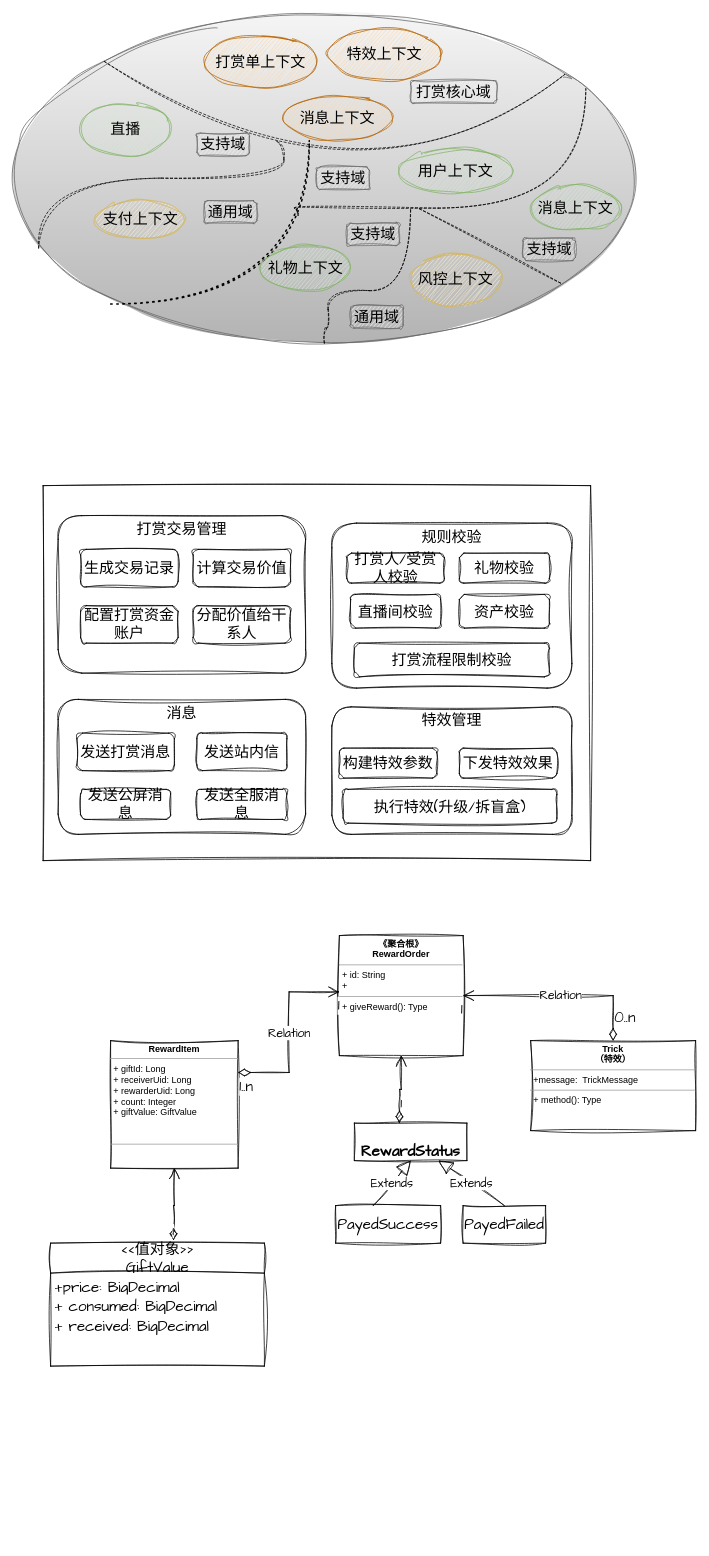
Before: 未命名绘图.drawio in seuzxc/book, a draw.io diagram. Source tidied: cells renumbered, new cells numbered last; positions are measured from the earlier drawing's top-left corner, leaving out a move shared by most shapes. Both pictures are drawn from the tidied source at 75%, with x=0, y=0 at pixel (13, 13).
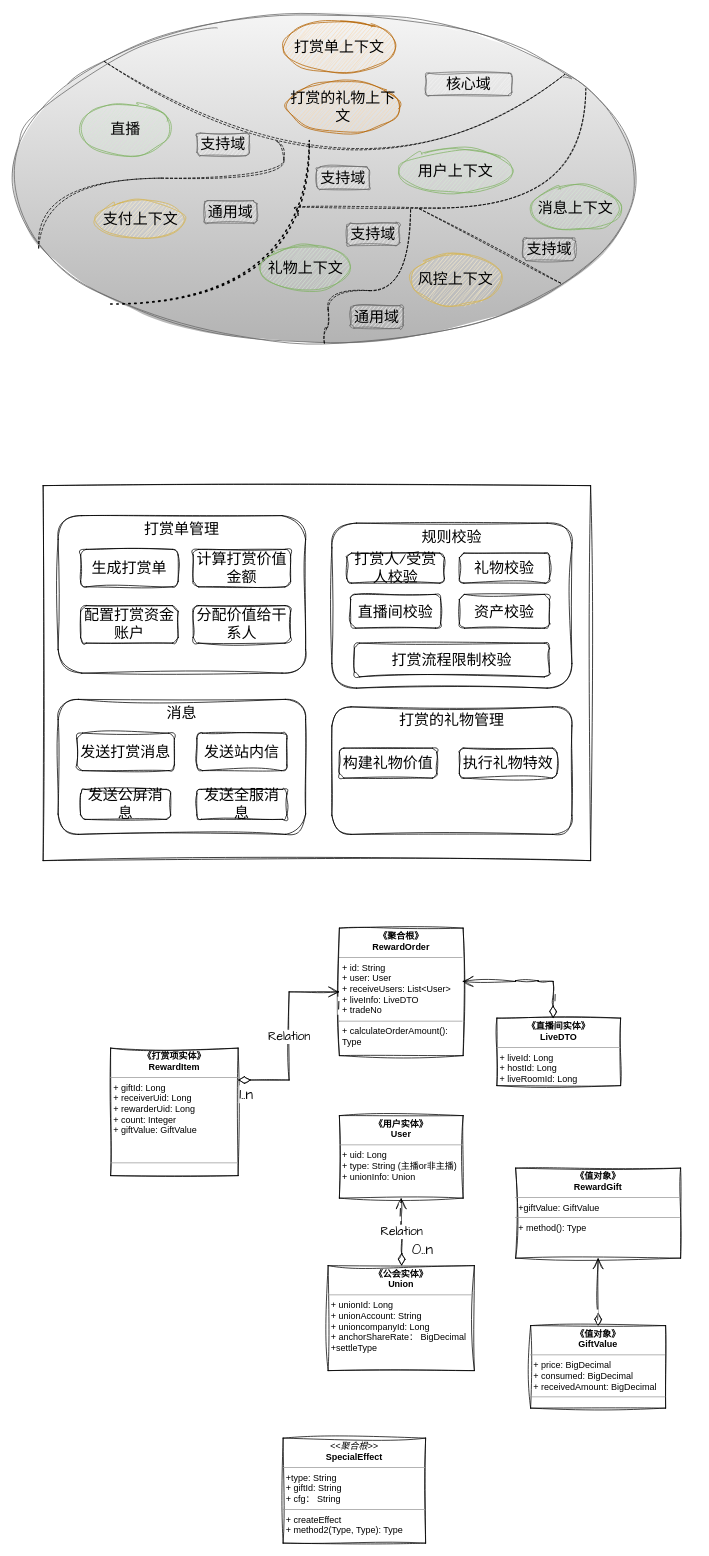
Above is the later version.

Commit message:
更新未命名绘图.drawio

The edit, as a diff of the source:
```diff
@@
     <mxCell id="4" value="打赏单上下文" style="ellipse;whiteSpace=wrap;html=1;sketch=1;hachureGap=4;jiggle=2;curveFitting=1;fontFamily=Architects Daughter;fontSize=20;fillColor=#fad7ac;strokeColor=#b46504;" parent="1" vertex="1">
-      <mxGeometry x="255" y="30" width="150" height="70" as="geometry" />
+      <mxGeometry x="360" y="10" width="150" height="70" as="geometry" />
     </mxCell>
@@
-    <mxCell id="15" value="打赏核心域" style="text;html=1;strokeColor=#666666;fillColor=#f5f5f5;align=center;verticalAlign=middle;whiteSpace=wrap;rounded=1;fontSize=20;fontFamily=Architects Daughter;gradientColor=none;glass=0;sketch=1;curveFitting=1;jiggle=2;shadow=0;dashed=1;dashPattern=1 1;" parent="1" vertex="1">
-      <mxGeometry x="530" y="90" width="115" height="30" as="geometry" />
+    <mxCell id="15" value="核心域" style="text;html=1;strokeColor=#666666;fillColor=#f5f5f5;align=center;verticalAlign=middle;whiteSpace=wrap;rounded=1;fontSize=20;fontFamily=Architects Daughter;gradientColor=none;glass=0;sketch=1;curveFitting=1;jiggle=2;shadow=0;dashed=1;dashPattern=1 1;" parent="1" vertex="1">
+      <mxGeometry x="550" y="80" width="115" height="30" as="geometry" />
     </mxCell>
@@
-    <mxCell id="24" value="特效管理" style="rounded=1;whiteSpace=wrap;html=1;sketch=1;hachureGap=4;jiggle=2;curveFitting=1;fontFamily=Architects Daughter;fontSize=20;verticalAlign=top;" parent="1" vertex="1">
+    <mxCell id="24" value="打赏的礼物管理" style="rounded=1;whiteSpace=wrap;html=1;sketch=1;hachureGap=4;jiggle=2;curveFitting=1;fontFamily=Architects Daughter;fontSize=20;verticalAlign=top;" parent="1" vertex="1">
       <mxGeometry x="425" y="925" width="320" height="170" as="geometry" />
     </mxCell>
@@
-    <mxCell id="32" value="构建特效参数" style="rounded=1;whiteSpace=wrap;html=1;sketch=1;hachureGap=4;jiggle=2;curveFitting=1;fontFamily=Architects Daughter;fontSize=20;" parent="1" vertex="1">
+    <mxCell id="32" value="构建礼物价值" style="rounded=1;whiteSpace=wrap;html=1;sketch=1;hachureGap=4;jiggle=2;curveFitting=1;fontFamily=Architects Daughter;fontSize=20;" parent="1" vertex="1">
       <mxGeometry x="435" y="980" width="130" height="40" as="geometry" />
     </mxCell>
-    <mxCell id="33" value="下发特效效果" style="rounded=1;whiteSpace=wrap;html=1;sketch=1;hachureGap=4;jiggle=2;curveFitting=1;fontFamily=Architects Daughter;fontSize=20;" parent="1" vertex="1">
+    <mxCell id="33" value="执行礼物特效" style="rounded=1;whiteSpace=wrap;html=1;sketch=1;hachureGap=4;jiggle=2;curveFitting=1;fontFamily=Architects Daughter;fontSize=20;" parent="1" vertex="1">
       <mxGeometry x="595" y="980" width="130" height="40" as="geometry" />
     </mxCell>
@@
-    <mxCell id="38" value="打赏交易管理" style="rounded=1;whiteSpace=wrap;html=1;sketch=1;hachureGap=4;jiggle=2;curveFitting=1;fontFamily=Architects Daughter;fontSize=20;verticalAlign=top;" parent="1" vertex="1">
+    <mxCell id="38" value="打赏单管理" style="rounded=1;whiteSpace=wrap;html=1;sketch=1;hachureGap=4;jiggle=2;curveFitting=1;fontFamily=Architects Daughter;fontSize=20;verticalAlign=top;" parent="1" vertex="1">
       <mxGeometry x="60" y="670" width="330" height="210" as="geometry" />
     </mxCell>
-    <mxCell id="39" value="生成交易记录" style="rounded=1;whiteSpace=wrap;html=1;sketch=1;hachureGap=4;jiggle=2;curveFitting=1;fontFamily=Architects Daughter;fontSize=20;" parent="1" vertex="1">
+    <mxCell id="39" value="生成打赏单" style="rounded=1;whiteSpace=wrap;html=1;sketch=1;hachureGap=4;jiggle=2;curveFitting=1;fontFamily=Architects Daughter;fontSize=20;" parent="1" vertex="1">
       <mxGeometry x="90" y="715" width="130" height="50" as="geometry" />
     </mxCell>
-    <mxCell id="40" value="计算交易价值" style="rounded=1;whiteSpace=wrap;html=1;sketch=1;hachureGap=4;jiggle=2;curveFitting=1;fontFamily=Architects Daughter;fontSize=20;" parent="1" vertex="1">
+    <mxCell id="40" value="计算打赏价值金额" style="rounded=1;whiteSpace=wrap;html=1;sketch=1;hachureGap=4;jiggle=2;curveFitting=1;fontFamily=Architects Daughter;fontSize=20;" parent="1" vertex="1">
       <mxGeometry x="240" y="715" width="130" height="50" as="geometry" />
     </mxCell>
@@
-    <mxCell id="43" value="执行特效(升级/拆盲盒)" style="rounded=1;whiteSpace=wrap;html=1;sketch=1;hachureGap=4;jiggle=2;curveFitting=1;fontFamily=Architects Daughter;fontSize=20;" parent="1" vertex="1">
-      <mxGeometry x="440" y="1035" width="285" height="45" as="geometry" />
-    </mxCell>
-    <mxCell id="44" value="&lt;p style=&quot;margin:0px;margin-top:4px;text-align:center;&quot;&gt;&lt;b&gt;《聚合根》&lt;br&gt;RewardOrder&lt;/b&gt;&lt;/p&gt;&lt;hr size=&quot;1&quot;&gt;&lt;p style=&quot;margin:0px;margin-left:4px;&quot;&gt;+ id: String&lt;br&gt;+&amp;nbsp;&lt;/p&gt;&lt;hr size=&quot;1&quot;&gt;&lt;p style=&quot;margin:0px;margin-left:4px;&quot;&gt;+ giveReward(): Type&lt;/p&gt;" style="verticalAlign=top;align=left;overflow=fill;fontSize=12;fontFamily=Helvetica;html=1;whiteSpace=wrap;sketch=1;hachureGap=4;jiggle=2;curveFitting=1;" parent="1" vertex="1">
-      <mxGeometry x="435" y="1230" width="165" height="160" as="geometry" />
+    <mxCell id="44" value="&lt;p style=&quot;margin:0px;margin-top:4px;text-align:center;&quot;&gt;&lt;b&gt;《聚合根》&lt;br&gt;RewardOrder&lt;/b&gt;&lt;/p&gt;&lt;hr size=&quot;1&quot;&gt;&lt;p style=&quot;margin:0px;margin-left:4px;&quot;&gt;+ id: String&lt;br&gt;+ user: User&lt;br&gt;+ receiveUsers: List&amp;lt;User&amp;gt;&lt;br&gt;+ liveInfo: LiveDTO&lt;br&gt;+ tradeNo&lt;/p&gt;&lt;hr size=&quot;1&quot;&gt;&lt;p style=&quot;margin:0px;margin-left:4px;&quot;&gt;+ calculateOrderAmount(): Type&lt;/p&gt;" style="verticalAlign=top;align=left;overflow=fill;fontSize=12;fontFamily=Helvetica;html=1;whiteSpace=wrap;sketch=1;hachureGap=4;jiggle=2;curveFitting=1;" parent="1" vertex="1">
+      <mxGeometry x="435" y="1220" width="165" height="170" as="geometry" />
     </mxCell>
-    <mxCell id="45" value="&lt;p style=&quot;margin:0px;margin-top:4px;text-align:center;&quot;&gt;&lt;b&gt;RewardItem&lt;/b&gt;&lt;/p&gt;&lt;hr size=&quot;1&quot;&gt;&lt;p style=&quot;margin:0px;margin-left:4px;&quot;&gt;+ giftId: Long&lt;br&gt;+ receiverUid: Long&lt;/p&gt;&lt;p style=&quot;margin:0px;margin-left:4px;&quot;&gt;+&amp;nbsp;rewarderUid: Long&lt;/p&gt;&lt;p style=&quot;margin:0px;margin-left:4px;&quot;&gt;+ count: Integer&lt;/p&gt;&lt;p style=&quot;margin:0px;margin-left:4px;&quot;&gt;+ giftValue: GiftValue&lt;/p&gt;&lt;p style=&quot;margin:0px;margin-left:4px;&quot;&gt;&lt;br&gt;&lt;/p&gt;&lt;p style=&quot;margin:0px;margin-left:4px;&quot;&gt;&lt;br&gt;&lt;/p&gt;&lt;hr size=&quot;1&quot;&gt;&lt;p style=&quot;margin:0px;margin-left:4px;&quot;&gt;&lt;br&gt;&lt;/p&gt;" style="verticalAlign=top;align=left;overflow=fill;fontSize=12;fontFamily=Helvetica;html=1;whiteSpace=wrap;sketch=1;hachureGap=4;jiggle=2;curveFitting=1;" parent="1" vertex="1">
-      <mxGeometry x="130" y="1370" width="170" height="170" as="geometry" />
+    <mxCell id="45" value="&lt;p style=&quot;margin:0px;margin-top:4px;text-align:center;&quot;&gt;&lt;b&gt;《打赏项实体》&lt;br&gt;RewardItem&lt;/b&gt;&lt;/p&gt;&lt;hr size=&quot;1&quot;&gt;&lt;p style=&quot;margin:0px;margin-left:4px;&quot;&gt;+ giftId: Long&lt;br&gt;+ receiverUid: Long&lt;/p&gt;&lt;p style=&quot;margin:0px;margin-left:4px;&quot;&gt;+&amp;nbsp;rewarderUid: Long&lt;/p&gt;&lt;p style=&quot;margin:0px;margin-left:4px;&quot;&gt;+ count: Integer&lt;/p&gt;&lt;p style=&quot;margin:0px;margin-left:4px;&quot;&gt;+ giftValue: GiftValue&lt;/p&gt;&lt;p style=&quot;margin:0px;margin-left:4px;&quot;&gt;&lt;br&gt;&lt;/p&gt;&lt;p style=&quot;margin:0px;margin-left:4px;&quot;&gt;&lt;br&gt;&lt;/p&gt;&lt;hr size=&quot;1&quot;&gt;&lt;p style=&quot;margin:0px;margin-left:4px;&quot;&gt;&lt;br&gt;&lt;/p&gt;" style="verticalAlign=top;align=left;overflow=fill;fontSize=12;fontFamily=Helvetica;html=1;whiteSpace=wrap;sketch=1;hachureGap=4;jiggle=2;curveFitting=1;" parent="1" vertex="1">
+      <mxGeometry x="130" y="1380" width="170" height="170" as="geometry" />
     </mxCell>
     <mxCell id="46" value="Relation" style="endArrow=open;html=1;endSize=12;startArrow=diamondThin;startSize=14;startFill=0;edgeStyle=orthogonalEdgeStyle;rounded=0;sketch=1;hachureGap=4;jiggle=2;curveFitting=1;fontFamily=Architects Daughter;fontSize=16;exitX=1;exitY=0.25;exitDx=0;exitDy=0;" parent="1" edge="1" source="45">
       <mxGeometry relative="1" as="geometry">
         <mxPoint x="435" y="1305" as="targetPoint" />
         <Array as="points">
-          <mxPoint x="368" y="1413" />
+          <mxPoint x="368" y="1423" />
           <mxPoint x="368" y="1305" />
-          <mxPoint x="435" y="1305" />
         </Array>
       </mxGeometry>
     </mxCell>
@@
-    <mxCell id="49" value="1" style="endArrow=open;html=1;endSize=12;startArrow=diamondThin;startSize=14;startFill=1;edgeStyle=orthogonalEdgeStyle;align=left;verticalAlign=bottom;rounded=0;sketch=1;hachureGap=4;jiggle=2;curveFitting=1;fontFamily=Architects Daughter;fontSize=16;entryX=0.5;entryY=1;entryDx=0;entryDy=0;exitX=0.575;exitY=-0.024;exitDx=0;exitDy=0;exitPerimeter=0;" parent="1" edge="1" source="50" target="45">
-      <mxGeometry x="-1" y="3" relative="1" as="geometry" />
-    </mxCell>
-    <mxCell id="50" value="&amp;lt;&amp;lt;值对象&amp;gt;&amp;gt;&lt;br&gt;GiftValue" style="swimlane;fontStyle=0;horizontal=1;startSize=40;fillColor=none;whiteSpace=wrap;html=1;sketch=1;hachureGap=4;jiggle=2;curveFitting=1;fontFamily=Architects Daughter;fontSize=20;" parent="1" vertex="1">
-      <mxGeometry x="50" y="1640" width="285" height="164" as="geometry" />
-    </mxCell>
-    <mxCell id="51" value="+price: BigDecimal&amp;nbsp;" style="text;strokeColor=none;fillColor=none;align=left;verticalAlign=top;spacingLeft=4;spacingRight=4;overflow=hidden;whiteSpace=wrap;html=1;fontSize=20;fontFamily=Architects Daughter;" parent="50" vertex="1">
-      <mxGeometry y="40" width="285" height="26" as="geometry" />
-    </mxCell>
-    <mxCell id="52" value="+ consumed: BigDecimal" style="text;strokeColor=none;fillColor=none;align=left;verticalAlign=top;spacingLeft=4;spacingRight=4;overflow=hidden;whiteSpace=wrap;html=1;fontSize=20;fontFamily=Architects Daughter;" parent="50" vertex="1">
-      <mxGeometry y="66" width="285" height="26" as="geometry" />
-    </mxCell>
-    <mxCell id="53" value="+ received: BigDecimal" style="text;strokeColor=none;fillColor=none;align=left;verticalAlign=top;spacingLeft=4;spacingRight=4;overflow=hidden;whiteSpace=wrap;html=1;fontSize=20;fontFamily=Architects Daughter;" parent="50" vertex="1">
-      <mxGeometry y="92" width="285" height="72" as="geometry" />
-    </mxCell>
-    <mxCell id="54" value="1" style="endArrow=open;html=1;endSize=12;startArrow=diamondThin;startSize=14;startFill=1;edgeStyle=orthogonalEdgeStyle;align=left;verticalAlign=bottom;rounded=0;sketch=1;hachureGap=4;jiggle=2;curveFitting=1;fontFamily=Architects Daughter;fontSize=16;entryX=0.5;entryY=1;entryDx=0;entryDy=0;" parent="1" edge="1" target="44">
-      <mxGeometry x="-0.69" relative="1" as="geometry">
-        <mxPoint x="515" y="1480" as="sourcePoint" />
-      </mxGeometry>
-    </mxCell>
-    <mxCell id="55" value="&lt;br&gt;&lt;b&gt;RewardStatus&lt;/b&gt;" style="html=1;whiteSpace=wrap;sketch=1;hachureGap=4;jiggle=2;curveFitting=1;fontFamily=Architects Daughter;fontSize=20;" parent="1" vertex="1">
-      <mxGeometry x="455" y="1480" width="150" height="50" as="geometry" />
-    </mxCell>
-    <mxCell id="56" value="Extends" style="endArrow=block;endSize=16;endFill=0;html=1;rounded=0;sketch=1;hachureGap=4;jiggle=2;curveFitting=1;fontFamily=Architects Daughter;fontSize=16;entryX=0.5;entryY=1;entryDx=0;entryDy=0;" parent="1" edge="1" target="55">
-      <mxGeometry relative="1" as="geometry">
-        <mxPoint x="480" y="1590" as="sourcePoint" />
-      </mxGeometry>
-    </mxCell>
-    <mxCell id="57" value="PayedSuccess" style="html=1;whiteSpace=wrap;sketch=1;hachureGap=4;jiggle=2;curveFitting=1;fontFamily=Architects Daughter;fontSize=20;" parent="1" vertex="1">
-      <mxGeometry x="430" y="1590" width="140" height="50" as="geometry" />
-    </mxCell>
-    <mxCell id="58" value="PayedFailed" style="html=1;whiteSpace=wrap;sketch=1;hachureGap=4;jiggle=2;curveFitting=1;fontFamily=Architects Daughter;fontSize=20;" parent="1" vertex="1">
-      <mxGeometry x="600" y="1590" width="110" height="50" as="geometry" />
-    </mxCell>
-    <mxCell id="59" value="Extends" style="endArrow=block;endSize=16;endFill=0;html=1;rounded=0;sketch=1;hachureGap=4;jiggle=2;curveFitting=1;fontFamily=Architects Daughter;fontSize=16;exitX=0.5;exitY=0;exitDx=0;exitDy=0;entryX=0.75;entryY=1;entryDx=0;entryDy=0;" parent="1" edge="1" source="58" target="55">
-      <mxGeometry relative="1" as="geometry" />
-    </mxCell>
-    <mxCell id="60" value="&lt;p style=&quot;margin:0px;margin-top:4px;text-align:center;&quot;&gt;&lt;b&gt;Trick&lt;br&gt;（特效）&lt;/b&gt;&lt;/p&gt;&lt;hr size=&quot;1&quot;&gt;&lt;p style=&quot;margin:0px;margin-left:4px;&quot;&gt;+message:&amp;nbsp; TrickMessage&lt;/p&gt;&lt;hr size=&quot;1&quot;&gt;&lt;p style=&quot;margin:0px;margin-left:4px;&quot;&gt;+ method(): Type&lt;/p&gt;" style="verticalAlign=top;align=left;overflow=fill;fontSize=12;fontFamily=Helvetica;html=1;whiteSpace=wrap;sketch=1;hachureGap=4;jiggle=2;curveFitting=1;" parent="1" vertex="1">
-      <mxGeometry x="690" y="1370" width="220" height="120" as="geometry" />
+    <mxCell id="60" value="&lt;p style=&quot;margin:0px;margin-top:4px;text-align:center;&quot;&gt;&lt;b&gt;《值对象》&lt;br&gt;RewardGift&lt;/b&gt;&lt;/p&gt;&lt;hr size=&quot;1&quot;&gt;&lt;p style=&quot;margin:0px;margin-left:4px;&quot;&gt;+giftValue: GiftValue&lt;/p&gt;&lt;hr size=&quot;1&quot;&gt;&lt;p style=&quot;margin:0px;margin-left:4px;&quot;&gt;+ method(): Type&lt;/p&gt;" style="verticalAlign=top;align=left;overflow=fill;fontSize=12;fontFamily=Helvetica;html=1;whiteSpace=wrap;sketch=1;hachureGap=4;jiggle=2;curveFitting=1;" parent="1" vertex="1">
+      <mxGeometry x="670" y="1540" width="220" height="120" as="geometry" />
     </mxCell>
+    <mxCell id="64" value="打赏的礼物上下文" style="ellipse;whiteSpace=wrap;html=1;sketch=1;hachureGap=4;jiggle=2;curveFitting=1;fontFamily=Architects Daughter;fontSize=20;fillColor=#fad7ac;strokeColor=#b46504;" parent="1" vertex="1">
+      <mxGeometry x="365" y="90" width="150" height="70" as="geometry" />
+    </mxCell>
+    <mxCell id="66" value="&lt;p style=&quot;margin:0px;margin-top:4px;text-align:center;&quot;&gt;&lt;i&gt;&amp;lt;&amp;lt;聚合根&amp;gt;&amp;gt;&lt;/i&gt;&lt;br&gt;&lt;b&gt;SpecialEffect&lt;/b&gt;&lt;/p&gt;&lt;hr size=&quot;1&quot;&gt;&lt;p style=&quot;margin:0px;margin-left:4px;&quot;&gt;+type: String&lt;br&gt;+ giftId: String&lt;br&gt;+ cfg： String&lt;/p&gt;&lt;hr size=&quot;1&quot;&gt;&lt;p style=&quot;margin:0px;margin-left:4px;&quot;&gt;+ createEffect&lt;br&gt;+ method2(Type, Type): Type&lt;/p&gt;" style="verticalAlign=top;align=left;overflow=fill;fontSize=12;fontFamily=Helvetica;html=1;whiteSpace=wrap;sketch=1;hachureGap=4;jiggle=2;curveFitting=1;" parent="1" vertex="1">
+      <mxGeometry x="360" y="1900" width="190" height="140" as="geometry" />
+    </mxCell>
+    <mxCell id="67" value="&lt;p style=&quot;margin:0px;margin-top:4px;text-align:center;&quot;&gt;&lt;b&gt;《值对象》&lt;br&gt;GiftValue&lt;/b&gt;&lt;/p&gt;&lt;hr size=&quot;1&quot;&gt;&lt;p style=&quot;margin:0px;margin-left:4px;&quot;&gt;+ price: BigDecimal&lt;/p&gt;&lt;p style=&quot;margin:0px;margin-left:4px;&quot;&gt;+ consumed: BigDecimal&lt;br&gt;+ receivedAmount: BigDecimal&lt;/p&gt;&lt;hr size=&quot;1&quot;&gt;&lt;p style=&quot;margin:0px;margin-left:4px;&quot;&gt;&lt;br&gt;&lt;/p&gt;" style="verticalAlign=top;align=left;overflow=fill;fontSize=12;fontFamily=Helvetica;html=1;whiteSpace=wrap;sketch=1;hachureGap=4;jiggle=2;curveFitting=1;" parent="1" vertex="1">
+      <mxGeometry x="690" y="1750" width="180" height="110" as="geometry" />
+    </mxCell>
+    <mxCell id="68" value="1" style="endArrow=open;html=1;endSize=12;startArrow=diamondThin;startSize=14;startFill=0;edgeStyle=orthogonalEdgeStyle;align=left;verticalAlign=bottom;rounded=0;sketch=1;hachureGap=4;jiggle=2;curveFitting=1;fontFamily=Architects Daughter;fontSize=16;exitX=0.5;exitY=0;exitDx=0;exitDy=0;entryX=0.5;entryY=1;entryDx=0;entryDy=0;" parent="1" edge="1" source="67" target="60">
+      <mxGeometry x="-1" y="3" relative="1" as="geometry" />
+    </mxCell>
+    <mxCell id="69" value="&lt;p style=&quot;margin:0px;margin-top:4px;text-align:center;&quot;&gt;&lt;b&gt;《用户实体》&lt;br&gt;User&lt;/b&gt;&lt;/p&gt;&lt;hr size=&quot;1&quot;&gt;&lt;p style=&quot;margin:0px;margin-left:4px;&quot;&gt;+ uid: Long&lt;br&gt;+ type: String (主播or非主播)&lt;br&gt;+ unionInfo: Union&lt;br&gt;&lt;/p&gt;&lt;p style=&quot;margin:0px;margin-left:4px;&quot;&gt;&lt;br&gt;&lt;/p&gt;" style="verticalAlign=top;align=left;overflow=fill;fontSize=12;fontFamily=Helvetica;html=1;whiteSpace=wrap;sketch=1;hachureGap=4;jiggle=2;curveFitting=1;" parent="1" vertex="1">
+      <mxGeometry x="435" y="1470" width="165" height="110" as="geometry" />
+    </mxCell>
+    <mxCell id="70" value="&lt;p style=&quot;margin:0px;margin-top:4px;text-align:center;&quot;&gt;&lt;b&gt;《公会实体》&lt;br&gt;Union&lt;/b&gt;&lt;/p&gt;&lt;hr size=&quot;1&quot;&gt;&lt;p style=&quot;margin:0px;margin-left:4px;&quot;&gt;+ unionId: Long&lt;br&gt;+ unionAccount: String&lt;br&gt;+ unioncompanyId: Long&lt;br&gt;+ anchorShareRate：&amp;nbsp;BigDecimal&lt;br&gt;+settleType&lt;/p&gt;&lt;p style=&quot;margin:0px;margin-left:4px;&quot;&gt;&lt;br&gt;&lt;/p&gt;" style="verticalAlign=top;align=left;overflow=fill;fontSize=12;fontFamily=Helvetica;html=1;whiteSpace=wrap;sketch=1;hachureGap=4;jiggle=2;curveFitting=1;" parent="1" vertex="1">
+      <mxGeometry x="420" y="1670" width="195" height="140" as="geometry" />
+    </mxCell>
+    <mxCell id="71" value="&lt;p style=&quot;margin:0px;margin-top:4px;text-align:center;&quot;&gt;&lt;b&gt;《直播间实体》&lt;br&gt;LiveDTO&lt;/b&gt;&lt;/p&gt;&lt;hr size=&quot;1&quot;&gt;&lt;p style=&quot;margin:0px;margin-left:4px;&quot;&gt;+ liveId: Long&lt;br&gt;+ hostId: Long&lt;br&gt;+ liveRoomId: Long&lt;/p&gt;&lt;p style=&quot;margin:0px;margin-left:4px;&quot;&gt;&lt;br&gt;&lt;/p&gt;" style="verticalAlign=top;align=left;overflow=fill;fontSize=12;fontFamily=Helvetica;html=1;whiteSpace=wrap;sketch=1;hachureGap=4;jiggle=2;curveFitting=1;" parent="1" vertex="1">
+      <mxGeometry x="645" y="1340" width="165" height="90" as="geometry" />
+    </mxCell>
-    <mxCell id="61" value="Relation" style="endArrow=open;html=1;endSize=12;startArrow=diamondThin;startSize=14;startFill=0;edgeStyle=orthogonalEdgeStyle;rounded=0;sketch=1;hachureGap=4;jiggle=2;curveFitting=1;fontFamily=Architects Daughter;fontSize=16;entryX=1;entryY=0.5;entryDx=0;entryDy=0;exitX=0.5;exitY=0;exitDx=0;exitDy=0;" parent="1" edge="1" source="60" target="44">
-      <mxGeometry relative="1" as="geometry" />
+    <mxCell id="61" value="Relation" style="endArrow=open;html=1;endSize=12;startArrow=diamondThin;startSize=14;startFill=0;edgeStyle=orthogonalEdgeStyle;rounded=0;sketch=1;hachureGap=4;jiggle=2;curveFitting=1;fontFamily=Architects Daughter;fontSize=16;entryX=0.5;entryY=1;entryDx=0;entryDy=0;" parent="1" edge="1" target="69">
+      <mxGeometry relative="1" as="geometry">
+        <mxPoint x="518" y="1670" as="sourcePoint" />
+      </mxGeometry>
     </mxCell>
     <mxCell id="62" value="0..n" style="edgeLabel;html=1;align=left;verticalAlign=top;sketch=1;hachureGap=4;jiggle=2;curveFitting=1;fontFamily=Architects Daughter;fontSize=20;" parent="61" vertex="1">
       <mxGeometry x="-1" relative="1" as="geometry">
-        <mxPoint y="-50" as="offset" />
+        <mxPoint x="12" y="-40" as="offset" />
       </mxGeometry>
     </mxCell>
@@
-    <mxCell id="64" value="特效上下文" style="ellipse;whiteSpace=wrap;html=1;sketch=1;hachureGap=4;jiggle=2;curveFitting=1;fontFamily=Architects Daughter;fontSize=20;fillColor=#fad7ac;strokeColor=#b46504;" parent="1" vertex="1">
-      <mxGeometry x="420" y="20" width="150" height="70" as="geometry" />
-    </mxCell>
-    <mxCell id="65" value="消息上下文" style="ellipse;whiteSpace=wrap;html=1;sketch=1;hachureGap=4;jiggle=2;curveFitting=1;fontFamily=Architects Daughter;fontSize=20;fillColor=#fad7ac;strokeColor=#b46504;" parent="1" vertex="1">
-      <mxGeometry x="360" y="110" width="145" height="60" as="geometry" />
-    </mxCell>
+    <mxCell id="72" value="1" style="endArrow=open;html=1;endSize=12;startArrow=diamondThin;startSize=14;startFill=0;edgeStyle=orthogonalEdgeStyle;align=left;verticalAlign=bottom;rounded=0;sketch=1;hachureGap=4;jiggle=2;curveFitting=1;fontFamily=Architects Daughter;fontSize=16;entryX=0.994;entryY=0.418;entryDx=0;entryDy=0;entryPerimeter=0;" parent="1" edge="1" target="44">
+      <mxGeometry x="-0.83" relative="1" as="geometry">
+        <mxPoint x="720" y="1340" as="sourcePoint" />
+        <Array as="points">
+          <mxPoint x="720" y="1291" />
+          <mxPoint x="700" y="1291" />
+          <mxPoint x="700" y="1290" />
+          <mxPoint x="670" y="1290" />
+          <mxPoint x="670" y="1291" />
+        </Array>
+      </mxGeometry>
+    </mxCell>
```
